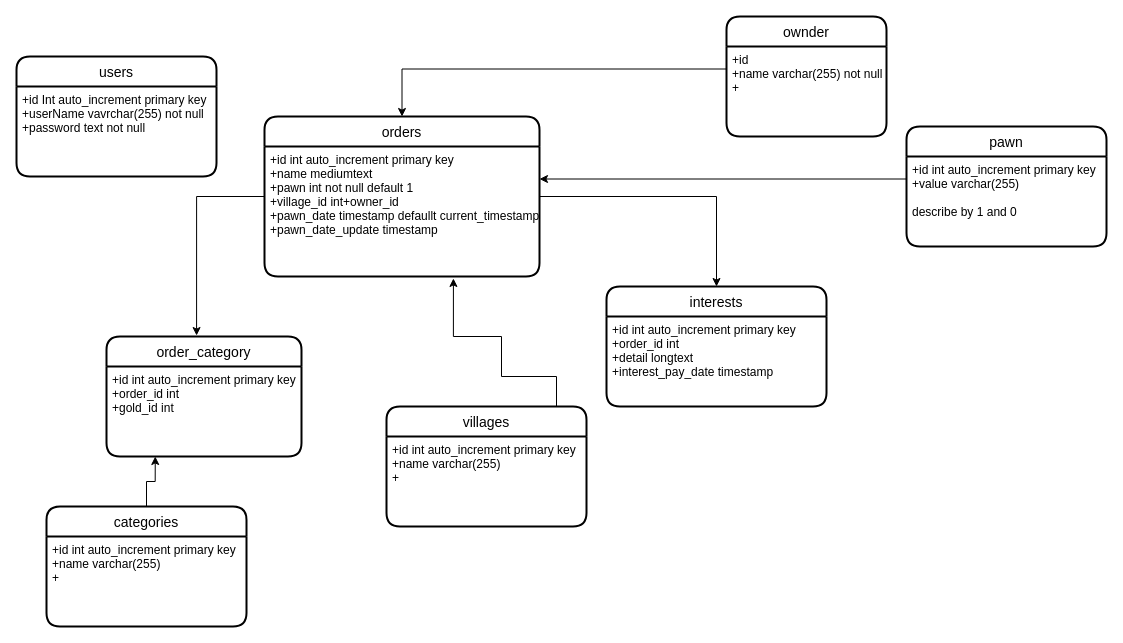
The draw.io diagram Untitled Diagram.drawio in kyawphyothu/she_pawn_shop, before the edit. Source tidied: cells renumbered, new cells numbered last; positions are measured from the earlier drawing's top-left corner, leaving out a move shared by most shapes. Both pictures are drawn from the tidied source at 100%, with x=0, y=0 at pixel (16, 16).
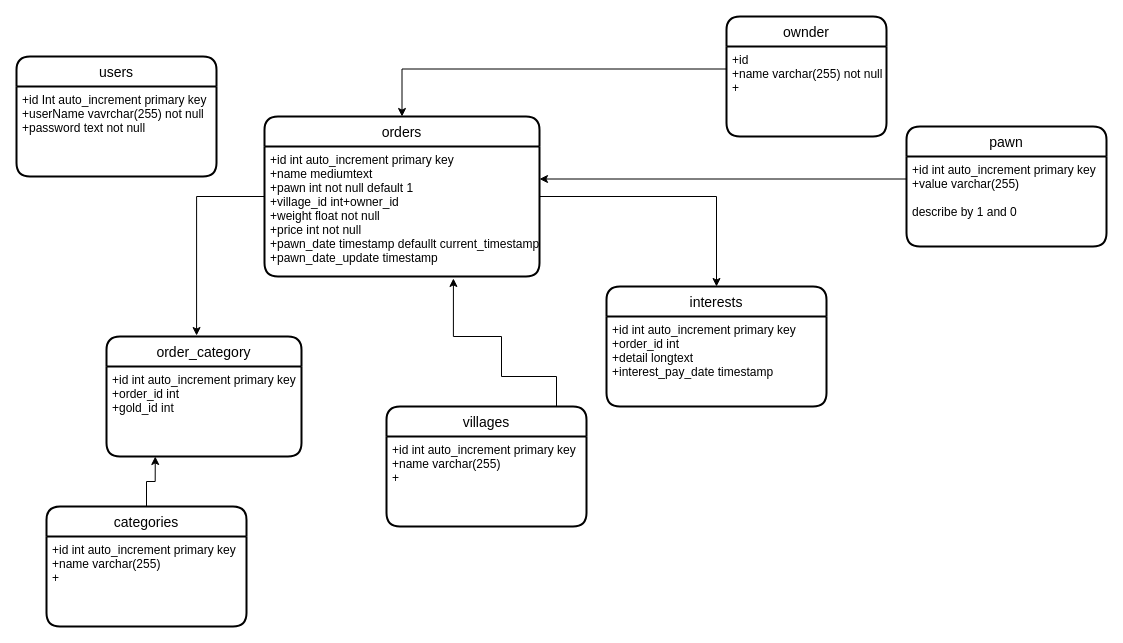
After the change.

The change refers to these unchanged cells:
```xml
<mxCell id="9" value="orders" style="swimlane;horizontal=1;startSize=30;rounded=1;fontSize=14;fontStyle=0;strokeWidth=2;shadow=0;dashed=0;align=center;" parent="1" vertex="1">
  <mxGeometry x="248" y="100" width="275" height="160" as="geometry" />
</mxCell>
```

The edit, as a diff of the source:
```diff
@@
-    <mxCell id="10" value="+id int auto_increment primary key&#10;+name mediumtext&#10;+pawn int not null default 1&#10;+village_id int+owner_id&#10;+pawn_date timestamp defaullt current_timestamp&#10;+pawn_date_update timestamp&#10;" style="align=left;strokeColor=none;fillColor=none;spacingLeft=4;fontSize=12;verticalAlign=top;" parent="9" vertex="1">
+    <mxCell id="10" value="+id int auto_increment primary key&#10;+name mediumtext&#10;+pawn int not null default 1&#10;+village_id int+owner_id&#10;+weight float not null&#10;+price int not null&#10;+pawn_date timestamp defaullt current_timestamp&#10;+pawn_date_update timestamp&#10;" style="align=left;strokeColor=none;fillColor=none;spacingLeft=4;fontSize=12;verticalAlign=top;" parent="9" vertex="1">
       <mxGeometry y="30" width="275" height="130" as="geometry" />
     </mxCell>
```
